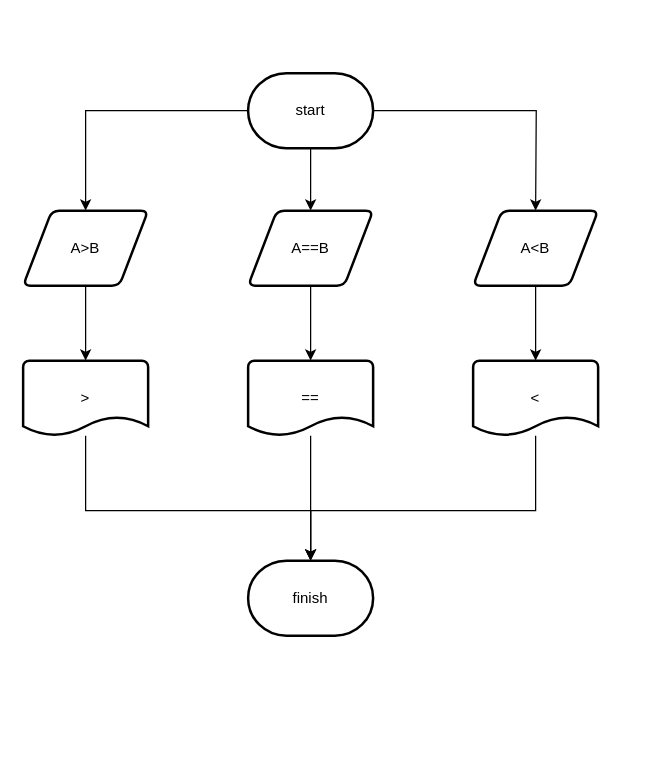
The draw.io diagram stage/02_conditional/1330.drawio in Gyeongrok-Oh/boj, before the edit. Source tidied: cells renumbered, new cells numbered last; positions are measured from the earlier drawing's top-left corner, leaving out a move shared by most shapes. Both pictures are drawn from the tidied source at 125%, with x=0, y=0 at pixel (22, 72).
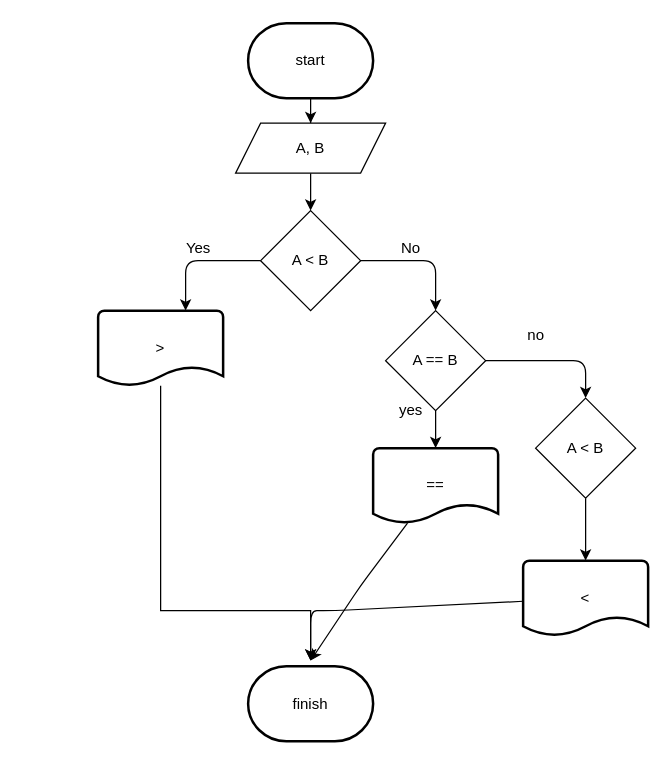
The same diagram, later.

What changed in the source:
```diff
@@
-    <mxCell id="2" style="edgeStyle=orthogonalEdgeStyle;rounded=0;jettySize=auto;html=1;" parent="1" edge="1" source="5">
-      <mxGeometry relative="1" as="geometry">
-        <mxPoint x="50" y="110" as="targetPoint" />
-        <Array as="points">
-          <mxPoint x="50" y="30" />
-        </Array>
-      </mxGeometry>
-    </mxCell>
-    <mxCell id="3" style="edgeStyle=orthogonalEdgeStyle;rounded=0;jettySize=auto;html=1;" parent="1" edge="1" source="5">
-      <mxGeometry relative="1" as="geometry">
-        <mxPoint x="410" y="110" as="targetPoint" />
-      </mxGeometry>
-    </mxCell>
-    <mxCell id="4" style="edgeStyle=orthogonalEdgeStyle;rounded=0;jettySize=auto;html=1;" parent="1" edge="1" source="5">
-      <mxGeometry relative="1" as="geometry">
-        <mxPoint x="230" y="110" as="targetPoint" />
-      </mxGeometry>
-    </mxCell>
+    <mxCell id="19" style="edgeStyle=orthogonalEdgeStyle;rounded=0;jettySize=auto;html=1;entryX=0.5;entryY=0;entryDx=0;entryDy=0;" parent="1" edge="1" source="5" target="23">
+      <mxGeometry relative="1" as="geometry" />
+    </mxCell>
     <mxCell id="5" value="start" style="strokeWidth=2;html=1;shape=mxgraph.flowchart.terminator;whiteSpace=wrap;" parent="1" vertex="1">
-      <mxGeometry x="180" width="100" height="60" as="geometry" />
+      <mxGeometry x="180" y="-40" width="100" height="60" as="geometry" />
     </mxCell>
-    <mxCell id="6" style="edgeStyle=orthogonalEdgeStyle;rounded=0;jettySize=auto;html=1;" parent="1" edge="1" source="7">
-      <mxGeometry relative="1" as="geometry">
-        <mxPoint x="50" y="230" as="targetPoint" />
-      </mxGeometry>
-    </mxCell>
-    <mxCell id="7" value="A&amp;gt;B" style="shape=parallelogram;html=1;strokeWidth=2;perimeter=parallelogramPerimeter;whiteSpace=wrap;rounded=1;arcSize=12;size=0.23;" parent="1" vertex="1">
-      <mxGeometry y="110" width="100" height="60" as="geometry" />
-    </mxCell>
-    <mxCell id="8" style="edgeStyle=orthogonalEdgeStyle;rounded=0;jettySize=auto;html=1;" parent="1" edge="1" source="9">
-      <mxGeometry relative="1" as="geometry">
-        <mxPoint x="410" y="230" as="targetPoint" />
-      </mxGeometry>
-    </mxCell>
-    <mxCell id="9" value="A&amp;lt;B" style="shape=parallelogram;html=1;strokeWidth=2;perimeter=parallelogramPerimeter;whiteSpace=wrap;rounded=1;arcSize=12;size=0.23;" parent="1" vertex="1">
-      <mxGeometry x="360" y="110" width="100" height="60" as="geometry" />
-    </mxCell>
-    <mxCell id="10" style="edgeStyle=orthogonalEdgeStyle;rounded=0;jettySize=auto;html=1;" parent="1" edge="1" source="11">
-      <mxGeometry relative="1" as="geometry">
-        <mxPoint x="230" y="230" as="targetPoint" />
-      </mxGeometry>
-    </mxCell>
-    <mxCell id="11" value="A==B" style="shape=parallelogram;html=1;strokeWidth=2;perimeter=parallelogramPerimeter;whiteSpace=wrap;rounded=1;arcSize=12;size=0.23;" parent="1" vertex="1">
-      <mxGeometry x="180" y="110" width="100" height="60" as="geometry" />
-    </mxCell>
     <mxCell id="12" style="edgeStyle=orthogonalEdgeStyle;rounded=0;jettySize=auto;html=1;" parent="1" edge="1" source="13">
       <mxGeometry relative="1" as="geometry">
-        <mxPoint x="230" y="390" as="targetPoint" />
+        <mxPoint x="230" y="470" as="targetPoint" />
         <Array as="points">
-          <mxPoint x="50" y="350" />
+          <mxPoint x="110" y="430" />
+          <mxPoint x="230" y="430" />
         </Array>
       </mxGeometry>
     </mxCell>
     <mxCell id="13" value="&amp;gt;" style="strokeWidth=2;html=1;shape=mxgraph.flowchart.document2;whiteSpace=wrap;size=0.25;" parent="1" vertex="1">
-      <mxGeometry y="230" width="100" height="60" as="geometry" />
+      <mxGeometry x="60" y="190" width="100" height="60" as="geometry" />
     </mxCell>
-    <mxCell id="14" style="edgeStyle=orthogonalEdgeStyle;rounded=0;jettySize=auto;html=1;entryX=0.5;entryY=0;entryDx=0;entryDy=0;entryPerimeter=0;" parent="1" edge="1" source="15" target="18">
-      <mxGeometry relative="1" as="geometry" />
-    </mxCell>
+    <mxCell id="20" style="edgeStyle=none;html=1;" parent="1" edge="1" source="15">
+      <mxGeometry relative="1" as="geometry">
+        <mxPoint x="230" y="470" as="targetPoint" />
+        <Array as="points">
+          <mxPoint x="270" y="410" />
+        </Array>
+      </mxGeometry>
+    </mxCell>
     <mxCell id="15" value="==" style="strokeWidth=2;html=1;shape=mxgraph.flowchart.document2;whiteSpace=wrap;size=0.25;" parent="1" vertex="1">
-      <mxGeometry x="180" y="230" width="100" height="60" as="geometry" />
+      <mxGeometry x="280" y="300" width="100" height="60" as="geometry" />
     </mxCell>
-    <mxCell id="16" style="edgeStyle=orthogonalEdgeStyle;rounded=0;jettySize=auto;html=1;" parent="1" edge="1" source="17">
-      <mxGeometry relative="1" as="geometry">
-        <mxPoint x="230" y="390" as="targetPoint" />
-        <Array as="points">
-          <mxPoint x="410" y="350" />
-        </Array>
-      </mxGeometry>
-    </mxCell>
+    <mxCell id="21" style="edgeStyle=none;html=1;" parent="1" edge="1" source="17">
+      <mxGeometry relative="1" as="geometry">
+        <mxPoint x="230" y="470" as="targetPoint" />
+        <Array as="points">
+          <mxPoint x="250" y="430" />
+          <mxPoint x="230" y="430" />
+        </Array>
+      </mxGeometry>
+    </mxCell>
     <mxCell id="17" value="&amp;lt;" style="strokeWidth=2;html=1;shape=mxgraph.flowchart.document2;whiteSpace=wrap;size=0.25;" parent="1" vertex="1">
-      <mxGeometry x="360" y="230" width="100" height="60" as="geometry" />
+      <mxGeometry x="400" y="390" width="100" height="60" as="geometry" />
     </mxCell>
     <mxCell id="18" value="finish" style="strokeWidth=2;html=1;shape=mxgraph.flowchart.terminator;whiteSpace=wrap;" parent="1" vertex="1">
-      <mxGeometry x="180" y="390" width="100" height="60" as="geometry" />
+      <mxGeometry x="180" y="474.5" width="100" height="60" as="geometry" />
     </mxCell>
+    <mxCell id="22" style="edgeStyle=orthogonalEdgeStyle;rounded=0;jettySize=auto;html=1;entryX=0.5;entryY=0;entryDx=0;entryDy=0;" parent="1" edge="1" source="23">
+      <mxGeometry relative="1" as="geometry">
+        <mxPoint x="230" y="110" as="targetPoint" />
+      </mxGeometry>
+    </mxCell>
+    <mxCell id="23" value="A, B" style="shape=parallelogram;perimeter=parallelogramPerimeter;whiteSpace=wrap;html=1;fixedSize=1;" parent="1" vertex="1">
+      <mxGeometry x="170" y="40" width="120" height="40" as="geometry" />
+    </mxCell>
+    <mxCell id="24" style="edgeStyle=none;html=1;" parent="1" edge="1" source="26">
+      <mxGeometry relative="1" as="geometry">
+        <mxPoint x="130" y="190" as="targetPoint" />
+        <Array as="points">
+          <mxPoint x="130" y="150" />
+        </Array>
+      </mxGeometry>
+    </mxCell>
+    <mxCell id="25" style="edgeStyle=none;html=1;exitX=1;exitY=0.5;exitDx=0;exitDy=0;" parent="1" edge="1" source="26">
+      <mxGeometry relative="1" as="geometry">
+        <mxPoint x="330" y="190" as="targetPoint" />
+        <Array as="points">
+          <mxPoint x="330" y="150" />
+        </Array>
+      </mxGeometry>
+    </mxCell>
+    <mxCell id="26" value="A &amp;lt; B" style="rhombus;whiteSpace=wrap;html=1;" parent="1" vertex="1">
+      <mxGeometry x="190" y="110" width="80" height="80" as="geometry" />
+    </mxCell>
+    <mxCell id="27" value="Yes" style="text;html=1;align=center;verticalAlign=middle;strokeColor=none;fillColor=none;" parent="1" vertex="1">
+      <mxGeometry x="120" y="130" width="40" height="20" as="geometry" />
+    </mxCell>
+    <mxCell id="28" value="No" style="text;html=1;align=center;verticalAlign=middle;strokeColor=none;fillColor=none;" parent="1" vertex="1">
+      <mxGeometry x="295" y="130" width="30" height="20" as="geometry" />
+    </mxCell>
+    <mxCell id="29" style="edgeStyle=none;html=1;" parent="1" edge="1" source="31">
+      <mxGeometry relative="1" as="geometry">
+        <mxPoint x="450" y="260" as="targetPoint" />
+        <Array as="points">
+          <mxPoint x="450" y="230" />
+        </Array>
+      </mxGeometry>
+    </mxCell>
+    <mxCell id="30" style="edgeStyle=none;html=1;" parent="1" edge="1" source="31">
+      <mxGeometry relative="1" as="geometry">
+        <mxPoint x="330" y="300" as="targetPoint" />
+      </mxGeometry>
+    </mxCell>
+    <mxCell id="31" value="A == B" style="rhombus;whiteSpace=wrap;html=1;" parent="1" vertex="1">
+      <mxGeometry x="290" y="190" width="80" height="80" as="geometry" />
+    </mxCell>
+    <mxCell id="32" style="edgeStyle=none;html=1;" parent="1" edge="1" source="33">
+      <mxGeometry relative="1" as="geometry">
+        <mxPoint x="450" y="390" as="targetPoint" />
+      </mxGeometry>
+    </mxCell>
+    <mxCell id="33" value="A &amp;lt; B" style="rhombus;whiteSpace=wrap;html=1;" parent="1" vertex="1">
+      <mxGeometry x="410" y="260" width="80" height="80" as="geometry" />
+    </mxCell>
+    <mxCell id="34" value="yes" style="text;html=1;align=center;verticalAlign=middle;strokeColor=none;fillColor=none;" parent="1" vertex="1">
+      <mxGeometry x="295" y="260" width="30" height="20" as="geometry" />
+    </mxCell>
+    <mxCell id="35" value="no" style="text;html=1;align=center;verticalAlign=middle;strokeColor=none;fillColor=none;" parent="1" vertex="1">
+      <mxGeometry x="395" y="200" width="30" height="20" as="geometry" />
+    </mxCell>
```
